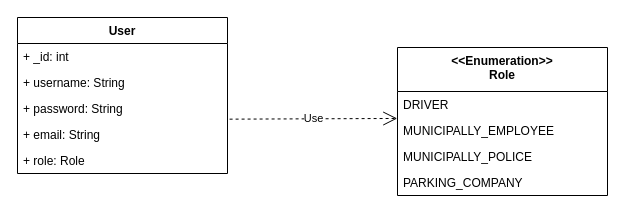
This is docs/UML/Class diagram User.drawio from ByPassaRe/Pick-a-Park, a draw.io file, before an edit. Source tidied: cells renumbered, new cells numbered last; positions are measured from the earlier drawing's top-left corner, leaving out a move shared by most shapes. Both pictures are drawn from the tidied source at 100%, with x=0, y=0 at pixel (17, 17).
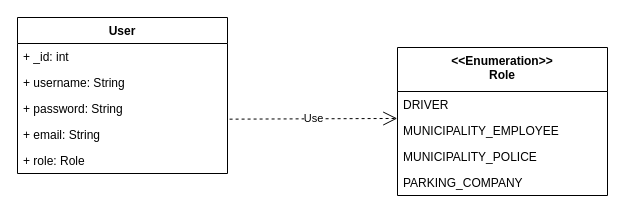
After the change.

Commit message:
Correct MUNICIPALLY to MUNICIPALITY

Change to the diagram source:
```diff
@@
 <mxGraphModel>
   <root>
     <mxCell id="0" />
     <mxCell id="1" parent="0" />
     <mxCell id="2" value="User" style="swimlane;fontStyle=1;align=center;verticalAlign=top;horizontal=1;startSize=26;" parent="1" vertex="1">
       <mxGeometry width="210" height="156" as="geometry" />
     </mxCell>
     <mxCell id="3" value="+ _id: int" style="text;strokeColor=none;fillColor=none;align=left;verticalAlign=top;spacingLeft=4;spacingRight=4;overflow=hidden;" parent="2" vertex="1">
       <mxGeometry y="26" width="210" height="26" as="geometry" />
     </mxCell>
     <mxCell id="4" value="+ username: String" style="text;strokeColor=none;fillColor=none;align=left;verticalAlign=top;spacingLeft=4;spacingRight=4;overflow=hidden;" parent="2" vertex="1">
       <mxGeometry y="52" width="210" height="26" as="geometry" />
     </mxCell>
     <mxCell id="5" value="+ password: String" style="text;strokeColor=none;fillColor=none;align=left;verticalAlign=top;spacingLeft=4;spacingRight=4;overflow=hidden;" parent="2" vertex="1">
       <mxGeometry y="78" width="210" height="26" as="geometry" />
     </mxCell>
     <mxCell id="6" value="+ email: String" style="text;strokeColor=none;fillColor=none;align=left;verticalAlign=top;spacingLeft=4;spacingRight=4;overflow=hidden;points=[[0,0.5],[1,0.5]];portConstraint=eastwest;" parent="2" vertex="1">
       <mxGeometry y="104" width="210" height="26" as="geometry" />
     </mxCell>
     <mxCell id="7" value="+ role: Role" style="text;strokeColor=none;fillColor=none;align=left;verticalAlign=top;spacingLeft=4;spacingRight=4;overflow=hidden;" parent="2" vertex="1">
       <mxGeometry y="130" width="210" height="26" as="geometry" />
     </mxCell>
     <mxCell id="8" value="Use" style="endArrow=open;endSize=12;dashed=1;html=1;exitX=1.01;exitY=-0.09;exitDx=0;exitDy=0;entryX=-0.001;entryY=0.037;entryDx=0;entryDy=0;exitPerimeter=0;entryPerimeter=0;" parent="1" edge="1" source="6" target="11">
       <mxGeometry relative="1" as="geometry" />
     </mxCell>
     <mxCell id="9" value="&lt;&lt;Enumeration&gt;&gt;&#10;Role" style="swimlane;fontStyle=1;align=center;verticalAlign=top;horizontal=1;startSize=44;" parent="1" vertex="1">
       <mxGeometry x="380" y="30" width="210" height="148" as="geometry" />
     </mxCell>
     <mxCell id="10" value="DRIVER" style="text;strokeColor=none;fillColor=none;align=left;verticalAlign=top;spacingLeft=4;spacingRight=4;overflow=hidden;" parent="9" vertex="1">
       <mxGeometry y="44" width="210" height="26" as="geometry" />
     </mxCell>
-    <mxCell id="11" value="MUNICIPALLY_EMPLOYEE" style="text;strokeColor=none;fillColor=none;align=left;verticalAlign=top;spacingLeft=4;spacingRight=4;overflow=hidden;points=[[0,0.5],[1,0.5]];portConstraint=eastwest;" parent="9" vertex="1">
+    <mxCell id="11" value="MUNICIPALITY_EMPLOYEE" style="text;strokeColor=none;fillColor=none;align=left;verticalAlign=top;spacingLeft=4;spacingRight=4;overflow=hidden;points=[[0,0.5],[1,0.5]];portConstraint=eastwest;" parent="9" vertex="1">
       <mxGeometry y="70" width="210" height="26" as="geometry" />
     </mxCell>
-    <mxCell id="12" value="MUNICIPALLY_POLICE" style="text;strokeColor=none;fillColor=none;align=left;verticalAlign=top;spacingLeft=4;spacingRight=4;overflow=hidden;" parent="9" vertex="1">
+    <mxCell id="12" value="MUNICIPALITY_POLICE" style="text;strokeColor=none;fillColor=none;align=left;verticalAlign=top;spacingLeft=4;spacingRight=4;overflow=hidden;" parent="9" vertex="1">
       <mxGeometry y="96" width="210" height="26" as="geometry" />
     </mxCell>
     <mxCell id="13" value="PARKING_COMPANY" style="text;strokeColor=none;fillColor=none;align=left;verticalAlign=top;spacingLeft=4;spacingRight=4;overflow=hidden;" parent="9" vertex="1">
       <mxGeometry y="122" width="210" height="26" as="geometry" />
     </mxCell>
   </root>
 </mxGraphModel>
```
